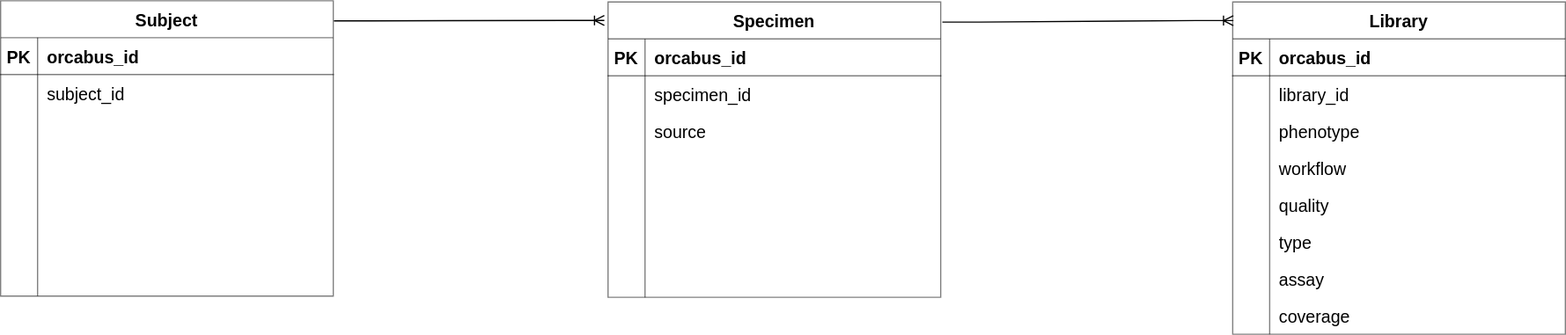
This is lib/workload/stateless/stacks/metadata-manager/docs/schema.drawio.svg from umccr/orcabus, a draw.io export, as it was before one commit. Source tidied: cells renumbered, new cells last; positions are measured from the earlier drawing's top-left corner, leaving out a move shared by most shapes.
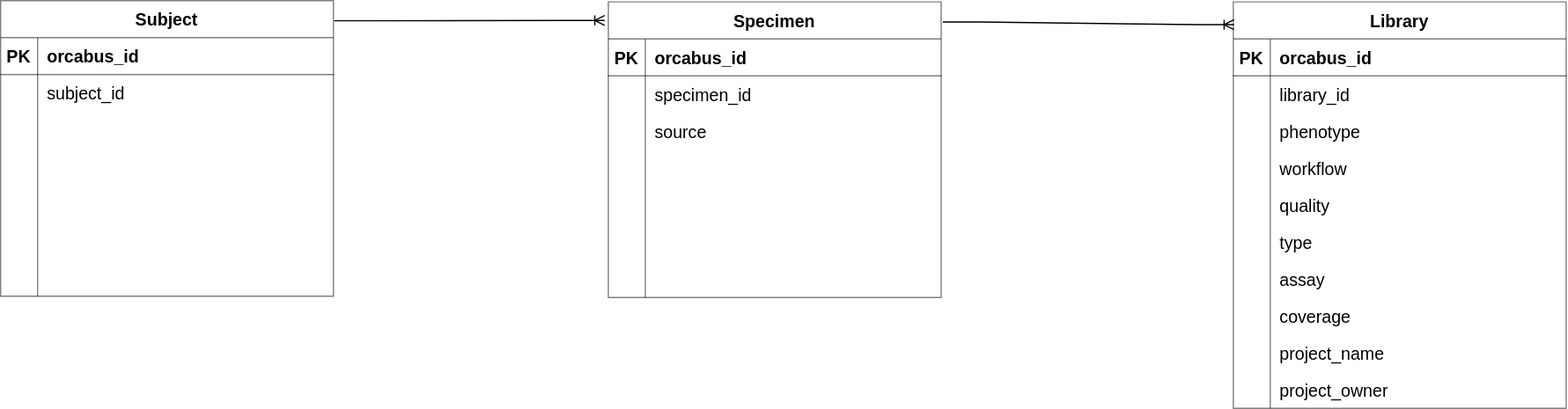
After the change.

Change to the diagram source:
```diff
@@ -3,7 +3,7 @@
     <mxCell id="0" />
     <mxCell id="1" parent="0" />
     <mxCell id="2" value="Library" style="shape=table;startSize=30;rowLines=0;fontStyle=1;align=center;fontSize=14;fillColor=none;opacity=50;" parent="1" vertex="1">
-      <mxGeometry x="1000" y="1" width="270" height="270" as="geometry" />
+      <mxGeometry x="1000" y="1" width="270" height="330" as="geometry" />
     </mxCell>
     <mxCell id="3" style="shape=tableRow;horizontal=0;startSize=0;swimlaneHead=0;swimlaneBody=0;fillColor=none;top=0;left=0;right=0;bottom=1;fontSize=14;opacity=50;" parent="2" vertex="1">
       <mxGeometry y="30" width="270" height="30" as="geometry" />
@@ -77,6 +77,24 @@
     <mxCell id="26" value="coverage" style="shape=partialRectangle;fillColor=none;top=0;left=0;bottom=0;right=0;align=left;spacingLeft=6;overflow=hidden;fontSize=14;opacity=50;" parent="24" vertex="1">
       <mxGeometry x="30" width="240" height="30" as="geometry" />
     </mxCell>
+    <mxCell id="73" style="shape=tableRow;horizontal=0;startSize=0;swimlaneHead=0;swimlaneBody=0;fillColor=none;top=0;left=0;right=0;bottom=0;fontSize=14;opacity=50;" parent="2" vertex="1">
+      <mxGeometry y="270" width="270" height="30" as="geometry" />
+    </mxCell>
+    <mxCell id="74" style="shape=partialRectangle;fillColor=none;top=0;left=0;bottom=0;right=0;overflow=hidden;fontSize=14;opacity=50;" parent="73" vertex="1">
+      <mxGeometry width="30" height="30" as="geometry" />
+    </mxCell>
+    <mxCell id="75" value="project_name" style="shape=partialRectangle;fillColor=none;top=0;left=0;bottom=0;right=0;align=left;spacingLeft=6;overflow=hidden;fontSize=14;opacity=50;" parent="73" vertex="1">
+      <mxGeometry x="30" width="240" height="30" as="geometry" />
+    </mxCell>
+    <mxCell id="76" style="shape=tableRow;horizontal=0;startSize=0;swimlaneHead=0;swimlaneBody=0;fillColor=none;top=0;left=0;right=0;bottom=0;fontSize=14;opacity=50;" parent="2" vertex="1">
+      <mxGeometry y="300" width="270" height="30" as="geometry" />
+    </mxCell>
+    <mxCell id="77" style="shape=partialRectangle;fillColor=none;top=0;left=0;bottom=0;right=0;overflow=hidden;fontSize=14;opacity=50;" parent="76" vertex="1">
+      <mxGeometry width="30" height="30" as="geometry" />
+    </mxCell>
+    <mxCell id="78" value="project_owner" style="shape=partialRectangle;fillColor=none;top=0;left=0;bottom=0;right=0;align=left;spacingLeft=6;overflow=hidden;fontSize=14;opacity=50;" parent="76" vertex="1">
+      <mxGeometry x="30" width="240" height="30" as="geometry" />
+    </mxCell>
     <mxCell id="27" value="Subject" style="shape=table;startSize=30;rowLines=0;fontStyle=1;align=center;fontSize=14;fillColor=none;opacity=50;" parent="1" vertex="1">
       <mxGeometry width="270" height="240" as="geometry" />
     </mxCell>
```
